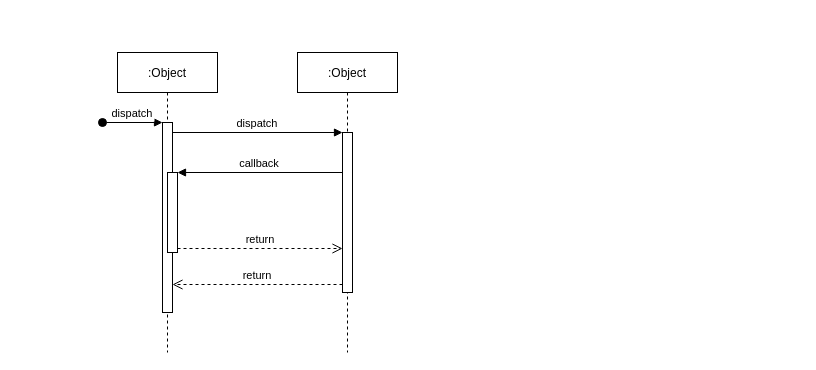
rezelput/Theoryofsystemanalisys keeps this draw.io diagram as Поселедовательности.drawio. Above is the earlier version. Source tidied: cells renumbered, new cells numbered last; positions are measured from the earlier drawing's top-left corner, leaving out a move shared by most shapes. Both pictures are drawn from the tidied source at 100%, with x=0, y=0 at pixel (102, 52).
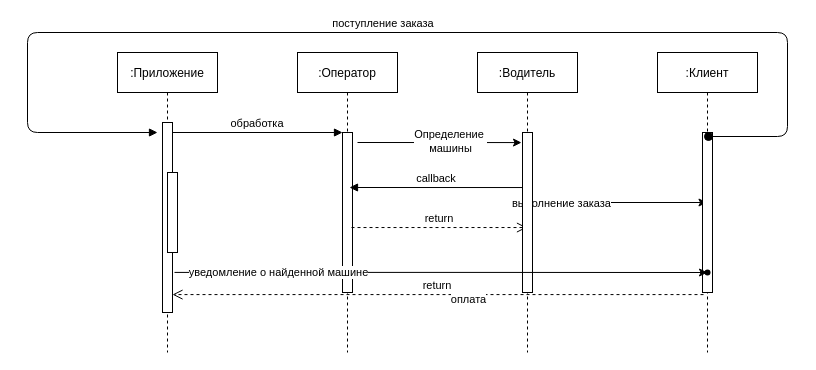
After the change.

Unchanged cells that the change refers to:
```xml
<mxCell id="3" style="points=[];perimeter=orthogonalPerimeter;rounded=0;shadow=0;strokeWidth=1;" parent="2" vertex="1">
  <mxGeometry x="45" y="70" width="10" height="190" as="geometry" />
</mxCell>
<mxCell id="5" style="points=[];perimeter=orthogonalPerimeter;rounded=0;shadow=0;strokeWidth=1;" parent="2" vertex="1">
  <mxGeometry x="50" y="120" width="10" height="80" as="geometry" />
</mxCell>
<mxCell id="7" style="points=[];perimeter=orthogonalPerimeter;rounded=0;shadow=0;strokeWidth=1;" parent="6" vertex="1">
  <mxGeometry x="45" y="80" width="10" height="160" as="geometry" />
</mxCell>
```

Change to the diagram source:
```diff
@@
-    <mxCell id="2" value=":Object" style="shape=umlLifeline;perimeter=lifelinePerimeter;rounded=0;shadow=0;strokeWidth=1;" parent="1" vertex="1">
+    <mxCell id="2" value=":Приложение" style="shape=umlLifeline;perimeter=lifelinePerimeter;rounded=0;shadow=0;strokeWidth=1;" parent="1" vertex="1">
       <mxGeometry x="15" width="100" height="300" as="geometry" />
     </mxCell>
@@
-    <mxCell id="4" value="dispatch" style="verticalAlign=bottom;startArrow=oval;endArrow=block;startSize=8;shadow=0;strokeWidth=1;" parent="2" edge="1" target="3">
-      <mxGeometry relative="1" as="geometry">
-        <mxPoint x="-15" y="70" as="sourcePoint" />
-      </mxGeometry>
-    </mxCell>
@@
-    <mxCell id="6" value=":Object" style="shape=umlLifeline;perimeter=lifelinePerimeter;rounded=0;shadow=0;strokeWidth=1;" parent="1" vertex="1">
+    <mxCell id="6" value=":Оператор" style="shape=umlLifeline;perimeter=lifelinePerimeter;rounded=0;shadow=0;strokeWidth=1;" parent="1" vertex="1">
       <mxGeometry x="195" width="100" height="300" as="geometry" />
     </mxCell>
@@
-    <mxCell id="8" value="return" style="verticalAlign=bottom;endArrow=open;dashed=1;endSize=8;exitX=0;exitY=0.95;shadow=0;strokeWidth=1;" parent="1" edge="1" source="7" target="3">
+    <mxCell id="8" value="return" style="verticalAlign=bottom;endArrow=open;dashed=1;endSize=8;exitX=0.1;exitY=1.013;shadow=0;strokeWidth=1;exitDx=0;exitDy=0;exitPerimeter=0;" parent="1" edge="1" source="18" target="3">
       <mxGeometry relative="1" as="geometry" />
     </mxCell>
+    <mxCell id="12" value="оплата" style="edgeLabel;html=1;align=center;verticalAlign=middle;" parent="8" vertex="1">
+      <mxGeometry x="-0.11" y="4" relative="1" as="geometry" />
+    </mxCell>
-    <mxCell id="9" value="dispatch" style="verticalAlign=bottom;endArrow=block;entryX=0;entryY=0;shadow=0;strokeWidth=1;" parent="1" edge="1" source="3" target="7">
+    <mxCell id="9" value="обработка" style="verticalAlign=bottom;endArrow=block;entryX=0;entryY=0;shadow=0;strokeWidth=1;" parent="1" edge="1" source="3" target="7">
       <mxGeometry relative="1" as="geometry" />
     </mxCell>
-    <mxCell id="10" value="callback" style="verticalAlign=bottom;endArrow=block;entryX=1;entryY=0;shadow=0;strokeWidth=1;" parent="1" edge="1" source="7" target="5">
+    <mxCell id="10" value="callback" style="verticalAlign=bottom;endArrow=block;shadow=0;strokeWidth=1;exitX=0.2;exitY=0.344;exitDx=0;exitDy=0;exitPerimeter=0;entryX=0.52;entryY=0.45;entryDx=0;entryDy=0;entryPerimeter=0;" parent="1" edge="1" source="16" target="6">
       <mxGeometry relative="1" as="geometry" />
     </mxCell>
-    <mxCell id="11" value="return" style="verticalAlign=bottom;endArrow=open;dashed=1;endSize=8;exitX=1;exitY=0.95;shadow=0;strokeWidth=1;" parent="1" edge="1" source="5" target="7">
+    <mxCell id="11" value="return" style="verticalAlign=bottom;endArrow=open;dashed=1;endSize=8;shadow=0;strokeWidth=1;exitX=0.9;exitY=0.594;exitDx=0;exitDy=0;exitPerimeter=0;" parent="1" edge="1" source="7" target="15">
       <mxGeometry relative="1" as="geometry" />
     </mxCell>
+    <mxCell id="13" style="edgeStyle=orthogonalEdgeStyle;rounded=0;jettySize=auto;html=1;" parent="1" edge="1" source="15" target="17">
+      <mxGeometry relative="1" as="geometry" />
+    </mxCell>
+    <mxCell id="14" value="выполнение заказа" style="edgeLabel;html=1;align=center;verticalAlign=middle;" parent="13" vertex="1">
+      <mxGeometry x="-0.63" relative="1" as="geometry">
+        <mxPoint x="1" as="offset" />
+      </mxGeometry>
+    </mxCell>
+    <mxCell id="15" value=":Водитель" style="shape=umlLifeline;perimeter=lifelinePerimeter;rounded=0;shadow=0;strokeWidth=1;" parent="1" vertex="1">
+      <mxGeometry x="375" width="100" height="300" as="geometry" />
+    </mxCell>
+    <mxCell id="16" style="points=[];perimeter=orthogonalPerimeter;rounded=0;shadow=0;strokeWidth=1;" parent="15" vertex="1">
+      <mxGeometry x="45" y="80" width="10" height="160" as="geometry" />
+    </mxCell>
+    <mxCell id="17" value=":Клиент" style="shape=umlLifeline;perimeter=lifelinePerimeter;rounded=0;shadow=0;strokeWidth=1;" parent="1" vertex="1">
+      <mxGeometry x="555" width="100" height="300" as="geometry" />
+    </mxCell>
+    <mxCell id="18" style="points=[];perimeter=orthogonalPerimeter;rounded=0;shadow=0;strokeWidth=1;" parent="17" vertex="1">
+      <mxGeometry x="45" y="80" width="10" height="160" as="geometry" />
+    </mxCell>
+    <mxCell id="4" value="поступление заказа" style="verticalAlign=bottom;startArrow=oval;endArrow=block;startSize=8;shadow=0;strokeWidth=1;exitX=0.51;exitY=0.28;exitDx=0;exitDy=0;exitPerimeter=0;" parent="1" edge="1" source="17">
+      <mxGeometry relative="1" as="geometry">
+        <mxPoint x="55" y="80" as="targetPoint" />
+        <Array as="points">
+          <mxPoint x="685" y="84" />
+          <mxPoint x="685" y="-20" />
+          <mxPoint x="-75" y="-20" />
+          <mxPoint x="-75" y="80" />
+        </Array>
+      </mxGeometry>
+    </mxCell>
+    <mxCell id="19" style="endArrow=classic;html=1;rounded=0;entryX=-0.1;entryY=0.063;entryDx=0;entryDy=0;entryPerimeter=0;" parent="1" edge="1" target="16">
+      <mxGeometry relative="1" as="geometry">
+        <mxPoint x="255" y="90" as="sourcePoint" />
+      </mxGeometry>
+    </mxCell>
+    <mxCell id="20" value="Определение&amp;nbsp;&lt;br&gt;машины" style="edgeLabel;html=1;align=center;verticalAlign=middle;" parent="19" vertex="1">
+      <mxGeometry x="0.12" y="2" relative="1" as="geometry" />
+    </mxCell>
+    <mxCell id="21" style="shape=waypoint;sketch=0;size=6;points=[];fillColor=default;perimeter=centerPerimeter;snapToPoint=1;rounded=0;shadow=0;strokeWidth=1;" parent="1" vertex="1">
+      <mxGeometry x="585" y="200" width="40" height="40" as="geometry" />
+    </mxCell>
+    <mxCell id="22" style="edgeStyle=orthogonalEdgeStyle;rounded=0;jettySize=auto;html=1;exitX=1.2;exitY=0.789;exitDx=0;exitDy=0;exitPerimeter=0;" parent="1" edge="1" source="3" target="21">
+      <mxGeometry relative="1" as="geometry" />
+    </mxCell>
+    <mxCell id="23" value="уведомление о найденной машине" style="edgeLabel;html=1;align=center;verticalAlign=middle;" parent="22" vertex="1">
+      <mxGeometry x="-0.59" relative="1" as="geometry">
+        <mxPoint x="-5" as="offset" />
+      </mxGeometry>
+    </mxCell>
```
